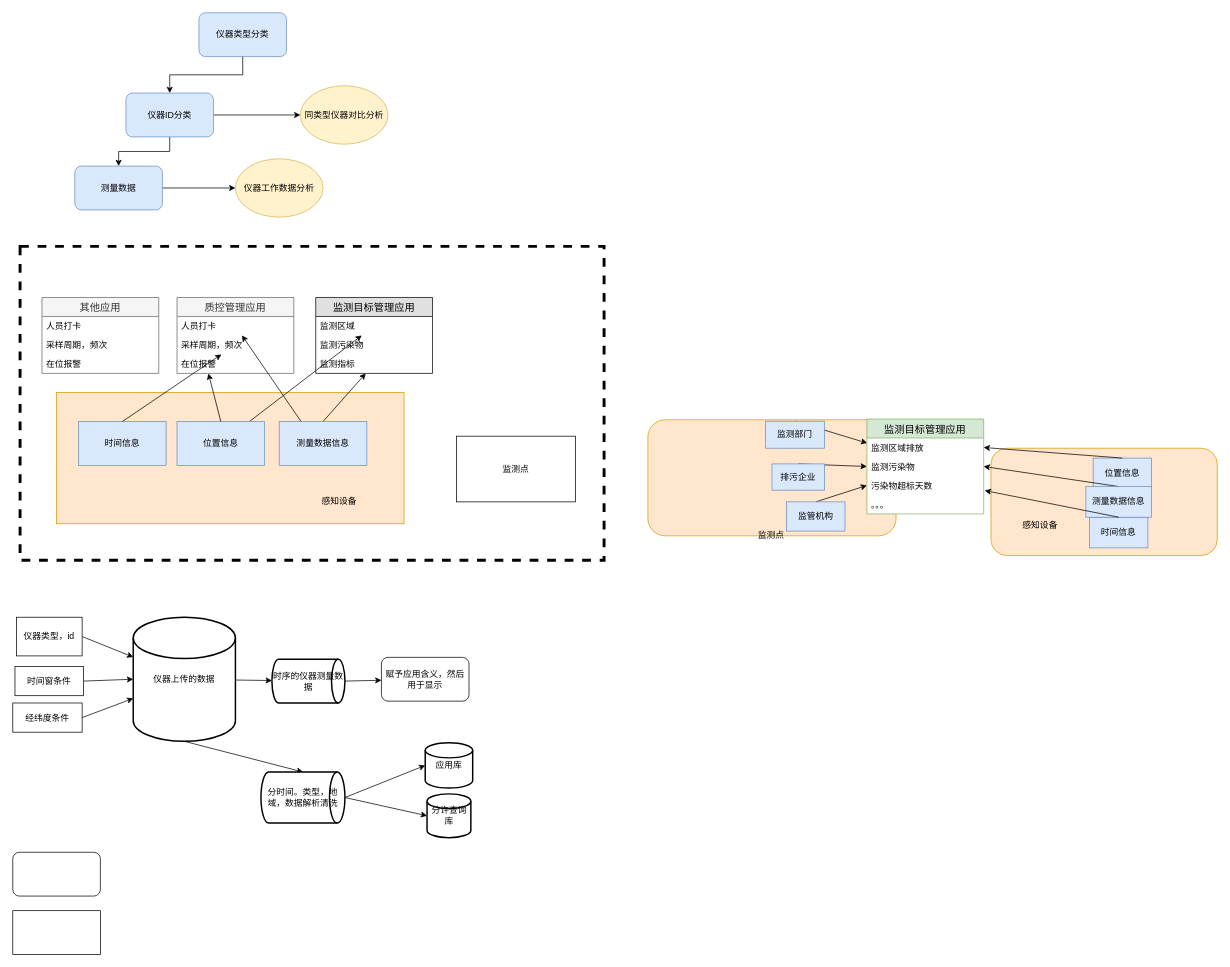
Earlier version of the draw.io diagram page "Page-2" (2 of 2) of bigdataFrame.drawio (lzdong0714/note). Source tidied: cells renumbered, new cells numbered last; positions are measured from the earlier drawing's top-left corner, leaving out a move shared by most shapes. Both pictures are drawn from the tidied source at 73%, with x=0, y=0 at pixel (12, 12).
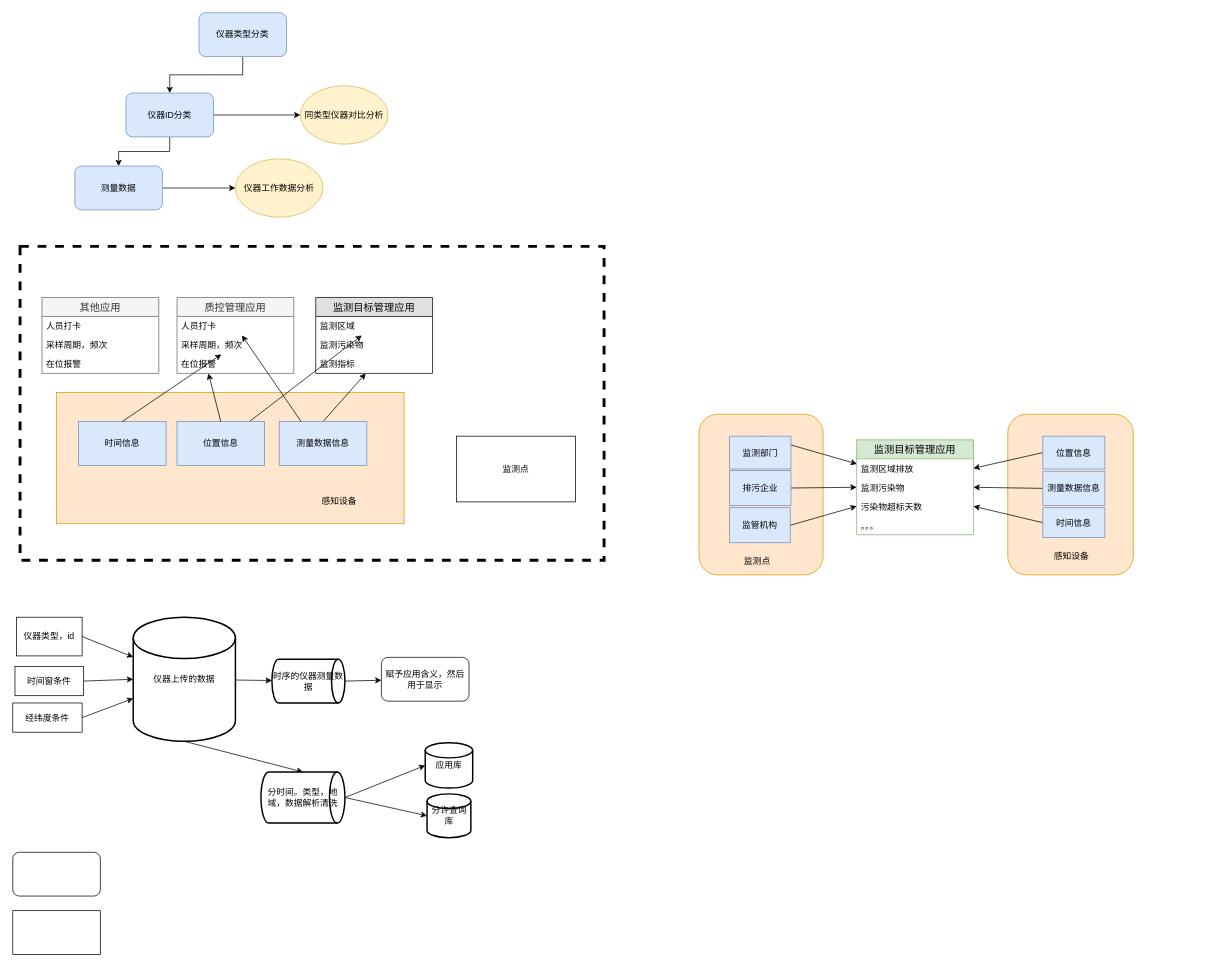
Above is the later version.

Unchanged cells that the change refers to:
```xml
<mxCell id="69" value="监测区域排放" style="text;strokeColor=none;fillColor=none;spacingLeft=4;spacingRight=4;overflow=hidden;points=[[0,0.5],[1,0.5]];portConstraint=eastwest;fontSize=12;" parent="68" vertex="1">
  <mxGeometry y="26" width="160" height="26" as="geometry" />
</mxCell>
<mxCell id="70" value="监测污染物" style="text;strokeColor=none;fillColor=none;spacingLeft=4;spacingRight=4;overflow=hidden;points=[[0,0.5],[1,0.5]];portConstraint=eastwest;fontSize=12;" parent="68" vertex="1">
  <mxGeometry y="52" width="160" height="26" as="geometry" />
</mxCell>
<mxCell id="71" value="污染物超标天数" style="text;strokeColor=none;fillColor=none;spacingLeft=4;spacingRight=4;overflow=hidden;points=[[0,0.5],[1,0.5]];portConstraint=eastwest;fontSize=12;" parent="68" vertex="1">
  <mxGeometry y="78" width="160" height="26" as="geometry" />
</mxCell>
```

The edit, as a diff of the source:
```diff
@@
     <mxCell id="52" style="rounded=1;whiteSpace=wrap;html=1;strokeWidth=1;fillColor=#ffe6cc;strokeColor=#d79b00;" parent="1" vertex="1">
-      <mxGeometry x="870" y="557.5" width="340" height="159" as="geometry" />
+      <mxGeometry x="940" y="550" width="170" height="220" as="geometry" />
     </mxCell>
@@
-    <mxCell id="55" style="edgeStyle=none;rounded=0;jettySize=auto;html=1;exitX=0.5;exitY=0;exitDx=0;exitDy=0;entryX=0;entryY=0.5;entryDx=0;entryDy=0;" parent="1" edge="1" source="56" target="70">
+    <mxCell id="55" style="edgeStyle=none;rounded=0;jettySize=auto;html=1;exitX=1;exitY=0.5;exitDx=0;exitDy=0;entryX=0;entryY=0.5;entryDx=0;entryDy=0;" parent="1" edge="1" source="56" target="70">
       <mxGeometry relative="1" as="geometry" />
     </mxCell>
     <mxCell id="56" value="排污企业" style="rounded=0;whiteSpace=wrap;html=1;strokeWidth=1;fillColor=#dae8fc;strokeColor=#6c8ebf;" parent="1" vertex="1">
-      <mxGeometry x="1040" y="618" width="72" height="36" as="geometry" />
+      <mxGeometry x="982" y="627" width="84" height="48" as="geometry" />
     </mxCell>
-    <mxCell id="57" style="edgeStyle=none;rounded=0;jettySize=auto;html=1;exitX=0.5;exitY=0;exitDx=0;exitDy=0;entryX=0;entryY=0.5;entryDx=0;entryDy=0;" parent="1" edge="1" source="58" target="71">
+    <mxCell id="57" style="edgeStyle=none;rounded=0;jettySize=auto;html=1;exitX=1;exitY=0.5;exitDx=0;exitDy=0;entryX=0;entryY=0.5;entryDx=0;entryDy=0;" parent="1" edge="1" source="58" target="71">
       <mxGeometry relative="1" as="geometry" />
     </mxCell>
     <mxCell id="58" value="监管机构" style="rounded=0;whiteSpace=wrap;html=1;strokeWidth=1;fillColor=#dae8fc;strokeColor=#6c8ebf;" parent="1" vertex="1">
-      <mxGeometry x="1060" y="670" width="80" height="40" as="geometry" />
+      <mxGeometry x="982" y="678" width="83" height="48" as="geometry" />
     </mxCell>
@@
     <mxCell id="60" value="监测部门" style="rounded=0;whiteSpace=wrap;html=1;strokeWidth=1;fillColor=#dae8fc;strokeColor=#6c8ebf;" parent="1" vertex="1">
-      <mxGeometry x="1031" y="559.5" width="81" height="37" as="geometry" />
+      <mxGeometry x="982" y="580" width="84" height="45" as="geometry" />
     </mxCell>
     <mxCell id="61" value="监测点" style="text;html=1;strokeColor=none;fillColor=none;align=center;verticalAlign=middle;whiteSpace=wrap;rounded=0;" parent="1" vertex="1">
-      <mxGeometry x="1019" y="705.5" width="40" height="20" as="geometry" />
+      <mxGeometry x="999.5" y="741" width="40" height="20" as="geometry" />
     </mxCell>
     <mxCell id="62" style="rounded=1;whiteSpace=wrap;html=1;strokeWidth=1;fillColor=#ffe6cc;strokeColor=#d79b00;" parent="1" vertex="1">
-      <mxGeometry x="1340" y="596.5" width="310" height="147" as="geometry" />
+      <mxGeometry x="1363" y="550" width="172" height="220" as="geometry" />
     </mxCell>
+    <mxCell id="74" style="edgeStyle=none;rounded=0;jettySize=auto;html=1;exitX=0;exitY=0.5;exitDx=0;exitDy=0;entryX=1;entryY=0.5;entryDx=0;entryDy=0;" parent="1" edge="1" source="63" target="71">
+      <mxGeometry relative="1" as="geometry" />
+    </mxCell>
     <mxCell id="63" value="时间信息" style="rounded=0;whiteSpace=wrap;html=1;fillColor=#dae8fc;strokeColor=#6c8ebf;" parent="1" vertex="1">
-      <mxGeometry x="1475" y="691" width="80" height="42" as="geometry" />
+      <mxGeometry x="1411" y="678" width="85" height="41" as="geometry" />
     </mxCell>
+    <mxCell id="73" style="edgeStyle=none;rounded=0;jettySize=auto;html=1;exitX=0;exitY=0.5;exitDx=0;exitDy=0;entryX=1;entryY=0.5;entryDx=0;entryDy=0;" parent="1" edge="1" source="64" target="69">
+      <mxGeometry relative="1" as="geometry" />
+    </mxCell>
     <mxCell id="64" value="位置信息" style="rounded=0;whiteSpace=wrap;html=1;fillColor=#dae8fc;strokeColor=#6c8ebf;" parent="1" vertex="1">
-      <mxGeometry x="1480" y="610" width="80" height="42" as="geometry" />
+      <mxGeometry x="1411" y="580" width="85" height="45" as="geometry" />
     </mxCell>
-    <mxCell id="65" style="edgeStyle=none;rounded=0;jettySize=auto;html=1;exitX=0.5;exitY=0;exitDx=0;exitDy=0;entryX=1;entryY=0.5;entryDx=0;entryDy=0;" parent="1" edge="1" source="66" target="70">
+    <mxCell id="65" style="edgeStyle=none;rounded=0;jettySize=auto;html=1;exitX=0;exitY=0.5;exitDx=0;exitDy=0;entryX=1;entryY=0.5;entryDx=0;entryDy=0;" parent="1" edge="1" source="66" target="70">
       <mxGeometry relative="1" as="geometry" />
     </mxCell>
     <mxCell id="66" value="测量数据信息" style="rounded=0;whiteSpace=wrap;html=1;fillColor=#dae8fc;strokeColor=#6c8ebf;" parent="1" vertex="1">
-      <mxGeometry x="1470" y="649" width="90" height="42" as="geometry" />
+      <mxGeometry x="1411" y="628" width="85" height="47" as="geometry" />
     </mxCell>
     <mxCell id="67" value="感知设备" style="text;html=1;strokeColor=none;fillColor=none;align=center;verticalAlign=middle;whiteSpace=wrap;rounded=0;" parent="1" vertex="1">
-      <mxGeometry x="1360" y="686.5" width="95" height="30" as="geometry" />
+      <mxGeometry x="1403" y="730" width="95" height="30" as="geometry" />
     </mxCell>
     <mxCell id="68" value="监测目标管理应用" style="swimlane;fontStyle=0;horizontal=1;startSize=26;fillColor=#d5e8d4;swimlaneFillColor=#ffffff;align=center;fontSize=14;strokeColor=#82b366;" parent="1" vertex="1">
-      <mxGeometry x="1170" y="556.5" width="160" height="130" as="geometry" />
+      <mxGeometry x="1156" y="585" width="160" height="130" as="geometry" />
     </mxCell>
@@
-    <mxCell id="73" style="edgeStyle=none;rounded=0;jettySize=auto;html=1;exitX=0.5;exitY=0;exitDx=0;exitDy=0;entryX=1;entryY=0.5;entryDx=0;entryDy=0;" parent="1" edge="1" source="64" target="69">
-      <mxGeometry relative="1" as="geometry" />
-    </mxCell>
-    <mxCell id="74" style="edgeStyle=none;rounded=0;jettySize=auto;html=1;exitX=0.5;exitY=0;exitDx=0;exitDy=0;entryX=1.009;entryY=0.769;entryDx=0;entryDy=0;entryPerimeter=0;" parent="1" edge="1" source="63" target="71">
-      <mxGeometry relative="1" as="geometry" />
-    </mxCell>
```
